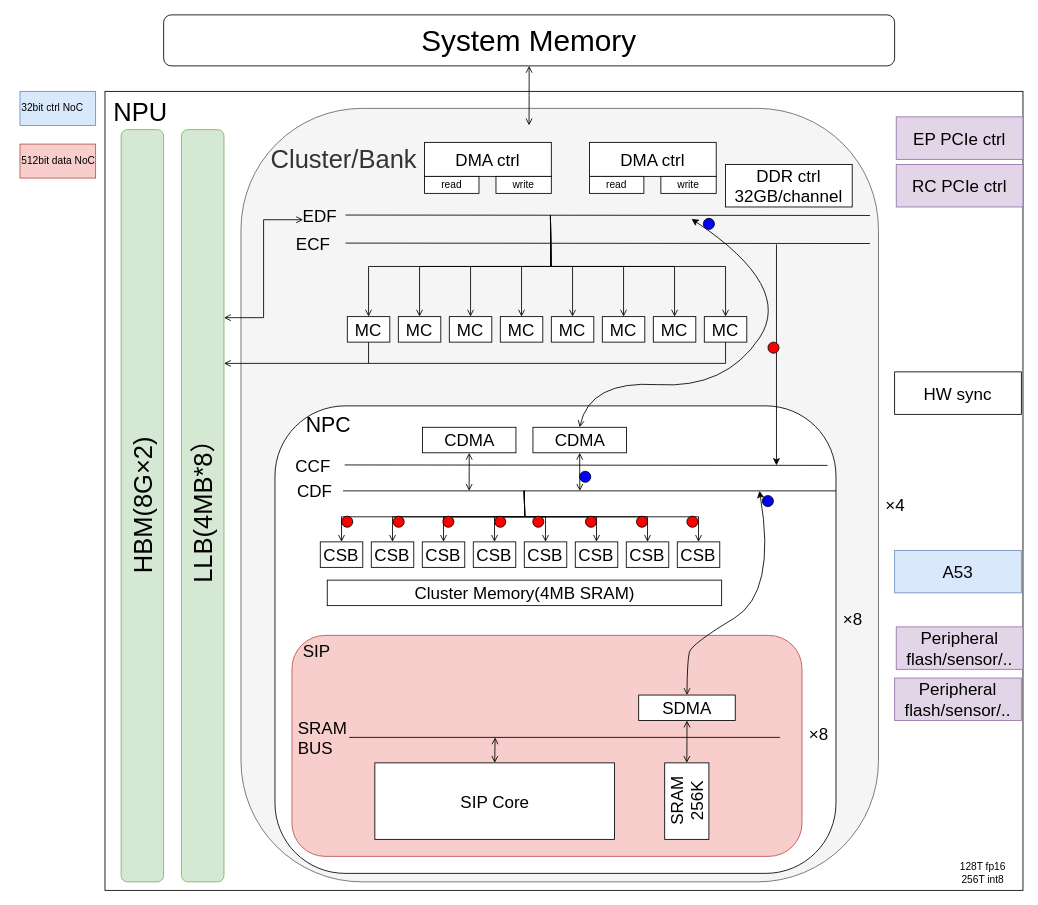
The draw.io diagram draw/jiuzhang.drawio in dracohan/jmhan.github.io, before the edit. Source tidied: cells renumbered, new cells numbered last; positions are measured from the earlier drawing's top-left corner, leaving out a move shared by most shapes. Both pictures are drawn from the tidied source at 85%, with x=0, y=0 at pixel (20, 14).
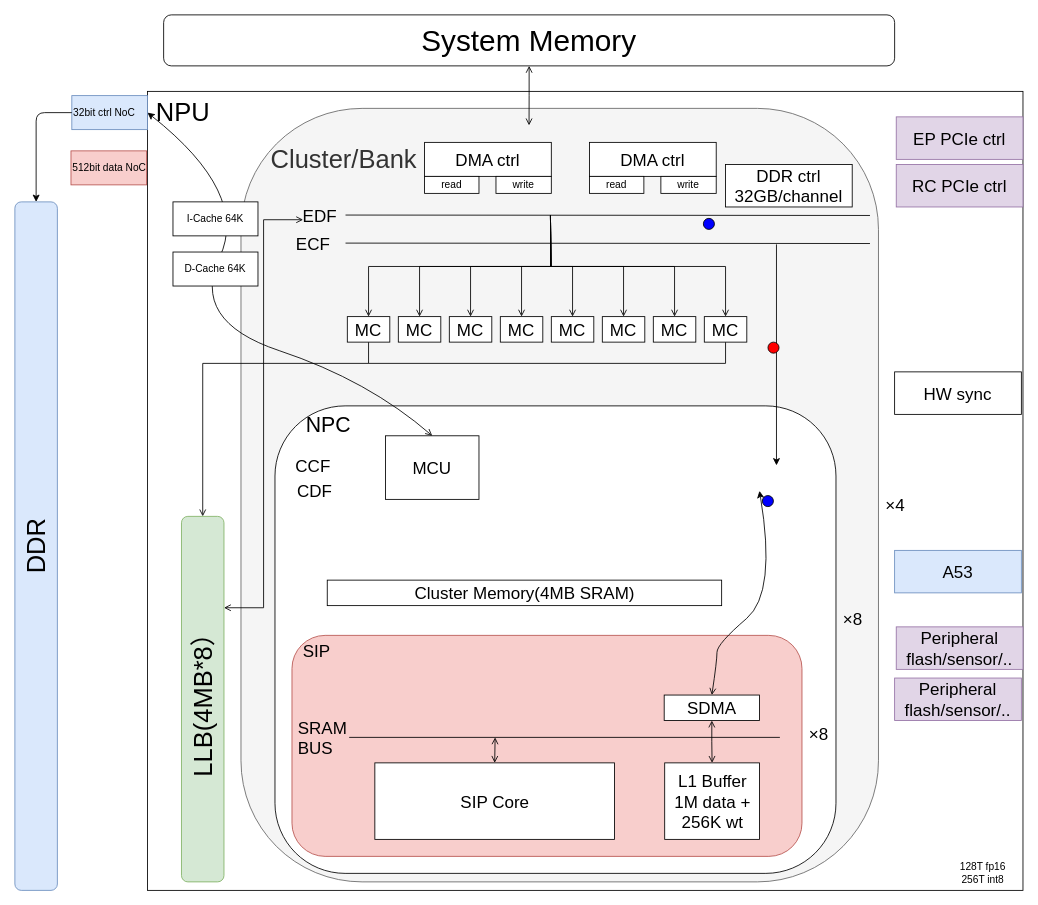
The same page after the edit.

Change to the diagram source:
```diff
@@
     <mxCell id="2" value="&lt;font style=&quot;font-size: 30px&quot;&gt;&amp;nbsp;NPU&lt;/font&gt;" style="rounded=0;whiteSpace=wrap;html=1;fontSize=20;align=left;verticalAlign=top;" parent="1" vertex="1">
-      <mxGeometry x="100" y="90" width="1080" height="940" as="geometry" />
+      <mxGeometry x="150" y="90" width="1030" height="940" as="geometry" />
     </mxCell>
@@
-    <mxCell id="5" style="edgeStyle=orthogonalEdgeStyle;rounded=0;jettySize=auto;html=1;exitX=0.5;exitY=0;exitDx=0;exitDy=0;startArrow=open;startFill=0;endArrow=none;endFill=0;strokeColor=#000000;fontSize=20;" parent="1" edge="1" source="6">
-      <mxGeometry relative="1" as="geometry">
-        <mxPoint x="593.3" y="560" as="targetPoint" />
-      </mxGeometry>
-    </mxCell>
-    <mxCell id="6" value="CSB" style="rounded=0;whiteSpace=wrap;html=1;align=center;fontSize=20;" parent="1" vertex="1">
-      <mxGeometry x="353.3" y="620" width="50" height="30" as="geometry" />
-    </mxCell>
-    <mxCell id="7" style="edgeStyle=orthogonalEdgeStyle;rounded=0;jettySize=auto;html=1;exitX=0.5;exitY=0;exitDx=0;exitDy=0;startArrow=open;startFill=0;endArrow=none;endFill=0;strokeColor=#000000;fontSize=20;" parent="1" edge="1" source="8">
-      <mxGeometry relative="1" as="geometry">
-        <mxPoint x="593.3" y="560" as="targetPoint" />
-      </mxGeometry>
-    </mxCell>
-    <mxCell id="8" value="CSB" style="rounded=0;whiteSpace=wrap;html=1;align=center;fontSize=20;" parent="1" vertex="1">
-      <mxGeometry x="413.3" y="620" width="50" height="30" as="geometry" />
-    </mxCell>
-    <mxCell id="9" style="edgeStyle=orthogonalEdgeStyle;rounded=0;jettySize=auto;html=1;exitX=0.5;exitY=0;exitDx=0;exitDy=0;startArrow=open;startFill=0;endArrow=none;endFill=0;strokeColor=#000000;fontSize=20;" parent="1" edge="1" source="10">
-      <mxGeometry relative="1" as="geometry">
-        <mxPoint x="593.3" y="560" as="targetPoint" />
-      </mxGeometry>
-    </mxCell>
-    <mxCell id="10" value="CSB" style="rounded=0;whiteSpace=wrap;html=1;align=center;fontSize=20;" parent="1" vertex="1">
-      <mxGeometry x="473.3" y="620" width="50" height="30" as="geometry" />
-    </mxCell>
-    <mxCell id="11" style="edgeStyle=orthogonalEdgeStyle;rounded=0;jettySize=auto;html=1;exitX=0.5;exitY=0;exitDx=0;exitDy=0;startArrow=open;startFill=0;endArrow=none;endFill=0;strokeColor=#000000;fontSize=20;" parent="1" edge="1" source="12">
-      <mxGeometry relative="1" as="geometry">
-        <mxPoint x="593.3" y="560" as="targetPoint" />
-      </mxGeometry>
-    </mxCell>
-    <mxCell id="12" value="CSB" style="rounded=0;whiteSpace=wrap;html=1;align=center;fontSize=20;" parent="1" vertex="1">
-      <mxGeometry x="533.3" y="620" width="50" height="30" as="geometry" />
-    </mxCell>
-    <mxCell id="13" style="edgeStyle=orthogonalEdgeStyle;rounded=0;jettySize=auto;html=1;exitX=0.5;exitY=0;exitDx=0;exitDy=0;startArrow=open;startFill=0;endArrow=none;endFill=0;strokeColor=#000000;fontSize=20;" parent="1" edge="1" source="14">
-      <mxGeometry relative="1" as="geometry">
-        <mxPoint x="593.3" y="560" as="targetPoint" />
-      </mxGeometry>
-    </mxCell>
-    <mxCell id="14" value="CSB" style="rounded=0;whiteSpace=wrap;html=1;align=center;fontSize=20;" parent="1" vertex="1">
-      <mxGeometry x="593.3" y="620" width="50" height="30" as="geometry" />
-    </mxCell>
-    <mxCell id="15" style="edgeStyle=orthogonalEdgeStyle;rounded=0;jettySize=auto;html=1;exitX=0.5;exitY=0;exitDx=0;exitDy=0;startArrow=open;startFill=0;endArrow=none;endFill=0;strokeColor=#000000;fontSize=20;" parent="1" edge="1" source="16">
-      <mxGeometry relative="1" as="geometry">
-        <mxPoint x="593.3" y="560" as="targetPoint" />
-      </mxGeometry>
-    </mxCell>
-    <mxCell id="16" value="CSB" style="rounded=0;whiteSpace=wrap;html=1;align=center;fontSize=20;" parent="1" vertex="1">
-      <mxGeometry x="653.3" y="620" width="50" height="30" as="geometry" />
-    </mxCell>
-    <mxCell id="17" style="edgeStyle=orthogonalEdgeStyle;rounded=0;jettySize=auto;html=1;exitX=0.5;exitY=0;exitDx=0;exitDy=0;startArrow=open;startFill=0;endArrow=none;endFill=0;strokeColor=#000000;fontSize=20;" parent="1" edge="1" source="18">
-      <mxGeometry relative="1" as="geometry">
-        <mxPoint x="593.3" y="560" as="targetPoint" />
-      </mxGeometry>
-    </mxCell>
-    <mxCell id="18" value="CSB" style="rounded=0;whiteSpace=wrap;html=1;align=center;fontSize=20;" parent="1" vertex="1">
-      <mxGeometry x="713.3" y="620" width="50" height="30" as="geometry" />
-    </mxCell>
-    <mxCell id="19" style="edgeStyle=orthogonalEdgeStyle;rounded=0;jettySize=auto;html=1;exitX=0.5;exitY=0;exitDx=0;exitDy=0;startArrow=open;startFill=0;endArrow=none;endFill=0;strokeColor=#000000;fontSize=20;" parent="1" edge="1" source="20">
-      <mxGeometry relative="1" as="geometry">
-        <mxPoint x="593.3" y="560" as="targetPoint" />
-      </mxGeometry>
-    </mxCell>
-    <mxCell id="20" value="CSB" style="rounded=0;whiteSpace=wrap;html=1;align=center;fontSize=20;" parent="1" vertex="1">
-      <mxGeometry x="773.3" y="620" width="50" height="30" as="geometry" />
-    </mxCell>
@@
-    <mxCell id="41" style="endArrow=none;html=1;strokeColor=#000000;fontSize=20;" parent="1" edge="1">
-      <mxGeometry relative="1" as="geometry">
-        <mxPoint x="380" y="560" as="sourcePoint" />
-        <mxPoint x="960" y="560" as="targetPoint" />
-      </mxGeometry>
-    </mxCell>
@@
-    <mxCell id="43" style="edgeStyle=orthogonalEdgeStyle;rounded=0;jettySize=auto;html=1;exitX=0.5;exitY=1;exitDx=0;exitDy=0;startArrow=open;startFill=0;endArrow=open;endFill=0;strokeColor=#000000;fontSize=20;" parent="1" edge="1" source="44">
-      <mxGeometry relative="1" as="geometry">
-        <mxPoint x="528.4" y="560" as="targetPoint" />
-      </mxGeometry>
-    </mxCell>
-    <mxCell id="44" value="CDMA" style="rounded=0;whiteSpace=wrap;html=1;align=center;fontSize=20;" parent="1" vertex="1">
-      <mxGeometry x="473.5" y="485.2" width="110" height="30" as="geometry" />
+    <mxCell id="44" value="MCU" style="rounded=0;whiteSpace=wrap;html=1;align=center;fontSize=20;" parent="1" vertex="1">
+      <mxGeometry x="430" y="495.2" width="110" height="74.8" as="geometry" />
     </mxCell>
-    <mxCell id="45" style="edgeStyle=orthogonalEdgeStyle;rounded=0;jettySize=auto;html=1;exitX=0.5;exitY=1;exitDx=0;exitDy=0;startArrow=open;startFill=0;endArrow=open;endFill=0;strokeColor=#000000;fontSize=20;" parent="1" edge="1" source="46">
-      <mxGeometry relative="1" as="geometry">
-        <mxPoint x="658.7" y="560" as="targetPoint" />
-      </mxGeometry>
-    </mxCell>
-    <mxCell id="46" value="CDMA" style="rounded=0;whiteSpace=wrap;html=1;align=center;fontSize=20;" parent="1" vertex="1">
-      <mxGeometry x="603.5" y="485.2" width="110" height="30" as="geometry" />
-    </mxCell>
@@
     <mxCell id="49" value="&lt;font style=&quot;font-size: 30px&quot;&gt;LLB(4MB*8）&lt;br&gt;&lt;/font&gt;" style="rounded=1;whiteSpace=wrap;html=1;align=center;direction=east;flipV=0;horizontal=0;fontSize=25;fillColor=#d5e8d4;strokeColor=#82b366;" parent="1" vertex="1">
-      <mxGeometry x="190" y="135" width="50" height="885" as="geometry" />
+      <mxGeometry x="190" y="590" width="50" height="430" as="geometry" />
     </mxCell>
@@
     <mxCell id="52" value="SDMA" style="rounded=0;whiteSpace=wrap;html=1;align=center;fontSize=20;" parent="1" vertex="1">
-      <mxGeometry x="727.9" y="800.2" width="113.6" height="30" as="geometry" />
+      <mxGeometry x="757.9" y="800.2" width="112.1" height="30" as="geometry" />
     </mxCell>
-    <mxCell id="53" value="SRAM&lt;br&gt;256K" style="rounded=0;whiteSpace=wrap;html=1;align=center;fontSize=20;horizontal=0;" parent="1" vertex="1">
-      <mxGeometry x="758.5" y="880" width="52" height="90" as="geometry" />
+    <mxCell id="53" value="L1 Buffer&lt;br&gt;1M data + 256K wt" style="rounded=0;whiteSpace=wrap;html=1;align=center;fontSize=20;horizontal=1;" parent="1" vertex="1">
+      <mxGeometry x="758.5" y="880" width="111.5" height="90" as="geometry" />
     </mxCell>
@@
-    <mxCell id="60" style="ellipse;whiteSpace=wrap;html=1;fontSize=20;align=center;fillColor=#FF0000;" parent="1" vertex="1">
-      <mxGeometry x="378.5" y="589.8" width="13" height="13" as="geometry" />
-    </mxCell>
-    <mxCell id="61" style="ellipse;whiteSpace=wrap;html=1;fontSize=20;align=center;fillColor=#FF0000;" parent="1" vertex="1">
-      <mxGeometry x="439" y="589.8" width="13" height="13" as="geometry" />
-    </mxCell>
-    <mxCell id="62" style="ellipse;whiteSpace=wrap;html=1;fontSize=20;align=center;fillColor=#FF0000;" parent="1" vertex="1">
-      <mxGeometry x="497.5" y="589.8" width="13" height="13" as="geometry" />
-    </mxCell>
-    <mxCell id="63" style="ellipse;whiteSpace=wrap;html=1;fontSize=20;align=center;fillColor=#FF0000;" parent="1" vertex="1">
-      <mxGeometry x="558.5" y="589.8" width="13" height="13" as="geometry" />
-    </mxCell>
-    <mxCell id="64" style="ellipse;whiteSpace=wrap;html=1;fontSize=20;align=center;fillColor=#FF0000;" parent="1" vertex="1">
-      <mxGeometry x="603.3" y="589.8" width="13" height="13" as="geometry" />
-    </mxCell>
-    <mxCell id="65" style="ellipse;whiteSpace=wrap;html=1;fontSize=20;align=center;fillColor=#FF0000;" parent="1" vertex="1">
-      <mxGeometry x="665.3" y="589.8" width="13" height="13" as="geometry" />
-    </mxCell>
-    <mxCell id="66" style="ellipse;whiteSpace=wrap;html=1;fontSize=20;align=center;fillColor=#FF0000;" parent="1" vertex="1">
-      <mxGeometry x="725.3" y="589.8" width="13" height="13" as="geometry" />
-    </mxCell>
-    <mxCell id="67" style="ellipse;whiteSpace=wrap;html=1;fontSize=20;align=center;fillColor=#FF0000;" parent="1" vertex="1">
-      <mxGeometry x="784.6" y="589.8" width="13" height="13" as="geometry" />
-    </mxCell>
@@
-    <mxCell id="73" style="endArrow=none;html=1;strokeColor=#000000;fontSize=20;" parent="1" edge="1">
-      <mxGeometry relative="1" as="geometry">
-        <mxPoint x="382" y="529.5" as="sourcePoint" />
-        <mxPoint x="950" y="530" as="targetPoint" />
-      </mxGeometry>
-    </mxCell>
-    <mxCell id="74" style="curved=1;endArrow=classic;html=1;strokeColor=#000000;fontSize=20;exitX=0.5;exitY=0;exitDx=0;exitDy=0;startArrow=open;startFill=0;" parent="1" edge="1" source="46">
+    <mxCell id="74" style="curved=1;endArrow=classic;html=1;strokeColor=#000000;fontSize=20;exitX=0.5;exitY=0;exitDx=0;exitDy=0;startArrow=open;startFill=0;entryX=1;entryY=0.5;entryDx=0;entryDy=0;" parent="1" edge="1" source="44" target="82">
       <mxGeometry relative="1" as="geometry">
-        <mxPoint x="790" y="240" as="targetPoint" />
         <Array as="points">
-          <mxPoint x="670" y="430" />
-          <mxPoint x="830" y="440" />
-          <mxPoint x="910" y="320" />
+          <mxPoint x="410" y="430" />
+          <mxPoint x="200" y="360" />
+          <mxPoint x="270" y="210" />
         </Array>
       </mxGeometry>
     </mxCell>
@@
-    <mxCell id="76" style="ellipse;whiteSpace=wrap;html=1;fontSize=20;align=center;fillColor=#0000FF;" parent="1" vertex="1">
-      <mxGeometry x="658.5" y="536.9" width="13" height="13" as="geometry" />
-    </mxCell>
     <mxCell id="77" style="curved=1;endArrow=classic;html=1;strokeColor=#000000;fontSize=20;startArrow=open;startFill=0;exitX=0.5;exitY=0;exitDx=0;exitDy=0;" parent="1" edge="1" source="52">
       <mxGeometry relative="1" as="geometry">
         <mxPoint x="870" y="560" as="targetPoint" />
         <Array as="points">
-          <mxPoint x="785" y="760" />
-          <mxPoint x="790" y="740" />
+          <mxPoint x="820" y="760" />
+          <mxPoint x="820" y="740" />
           <mxPoint x="890" y="680" />
         </Array>
       </mxGeometry>
     </mxCell>
@@
     <mxCell id="82" value="32bit ctrl NoC" style="rounded=0;whiteSpace=wrap;html=1;align=left;fillColor=#dae8fc;strokeColor=#6c8ebf;" parent="1" vertex="1">
-      <mxGeometry y="90" width="89" height="40" as="geometry" />
+      <mxGeometry x="61" y="95" width="89" height="40" as="geometry" />
     </mxCell>
     <mxCell id="83" value="512bit data NoC" style="rounded=0;whiteSpace=wrap;html=1;align=left;fillColor=#f8cecc;strokeColor=#b85450;" parent="1" vertex="1">
-      <mxGeometry y="152" width="89" height="40" as="geometry" />
+      <mxGeometry x="60" y="160" width="89" height="40" as="geometry" />
     </mxCell>
@@
-    <mxCell id="96" value="&lt;font style=&quot;font-size: 30px&quot;&gt;HBM(8G×2)&lt;/font&gt;" style="rounded=1;whiteSpace=wrap;html=1;align=center;direction=east;flipV=0;horizontal=0;fontSize=25;fillColor=#d5e8d4;strokeColor=#82b366;" parent="1" vertex="1">
-      <mxGeometry x="119" y="135" width="50" height="885" as="geometry" />
+    <mxCell id="96" value="&lt;font style=&quot;font-size: 30px&quot;&gt;DDR&lt;/font&gt;" style="rounded=1;whiteSpace=wrap;html=1;align=center;direction=east;flipV=0;horizontal=0;fontSize=25;fillColor=#dae8fc;strokeColor=#6c8ebf;" parent="1" vertex="1">
+      <mxGeometry x="-6" y="220" width="50" height="810" as="geometry" />
     </mxCell>
@@
+    <mxCell id="101" style="edgeStyle=elbowEdgeStyle;elbow=horizontal;endArrow=classic;html=1;entryX=0.5;entryY=0;entryDx=0;entryDy=0;exitX=0;exitY=0.5;exitDx=0;exitDy=0;" parent="1" edge="1" source="82" target="96">
+      <mxGeometry relative="1" as="geometry">
+        <Array as="points">
+          <mxPoint x="19" y="150" />
+        </Array>
+      </mxGeometry>
+    </mxCell>
+    <mxCell id="102" value="I-Cache 64K" style="rounded=0;whiteSpace=wrap;html=1;align=center;" parent="1" vertex="1">
+      <mxGeometry x="180" y="220" width="100" height="40" as="geometry" />
+    </mxCell>
+    <mxCell id="103" value="D-Cache 64K" style="rounded=0;whiteSpace=wrap;html=1;align=center;" parent="1" vertex="1">
+      <mxGeometry x="180" y="279" width="100" height="40" as="geometry" />
+    </mxCell>
```
